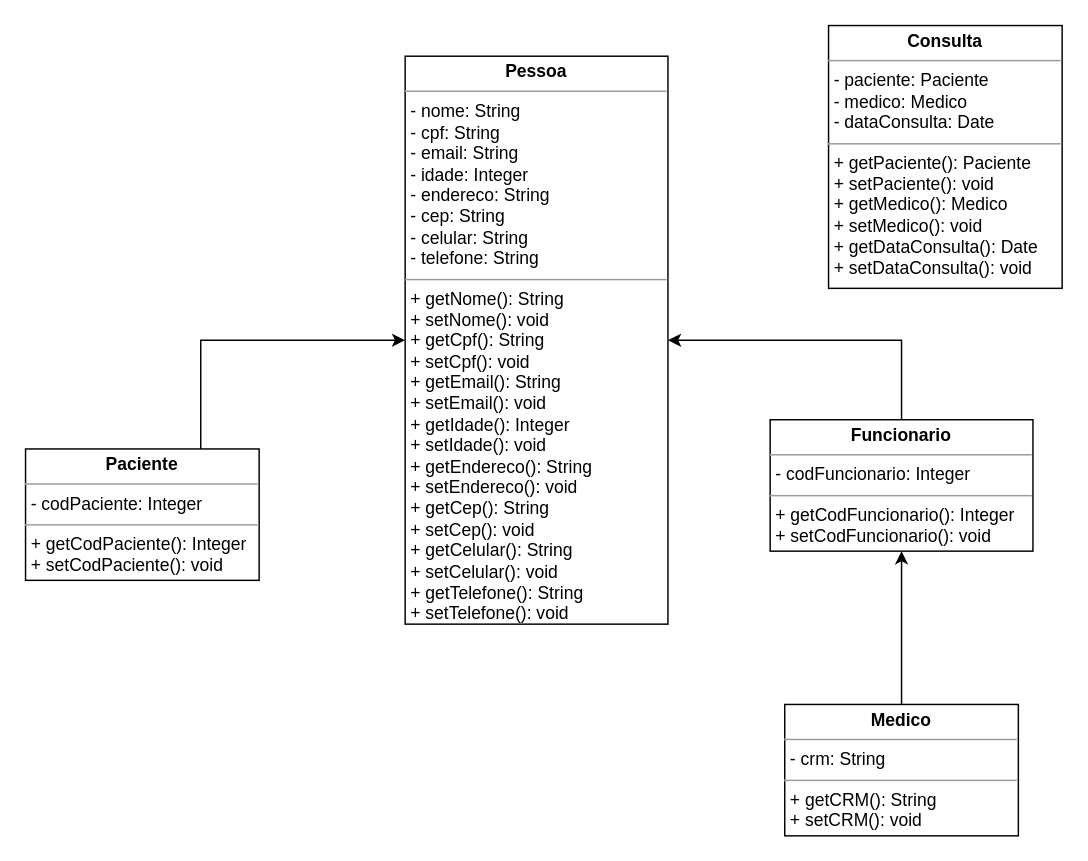
Earlier version of the draw.io diagram Digrama_classes.drawio (psdsantos/Saudepp). Source tidied: cells renumbered, new cells numbered last; positions are measured from the earlier drawing's top-left corner, leaving out a move shared by most shapes. Both pictures are drawn from the tidied source at 146%, with x=0, y=0 at pixel (25, 25).
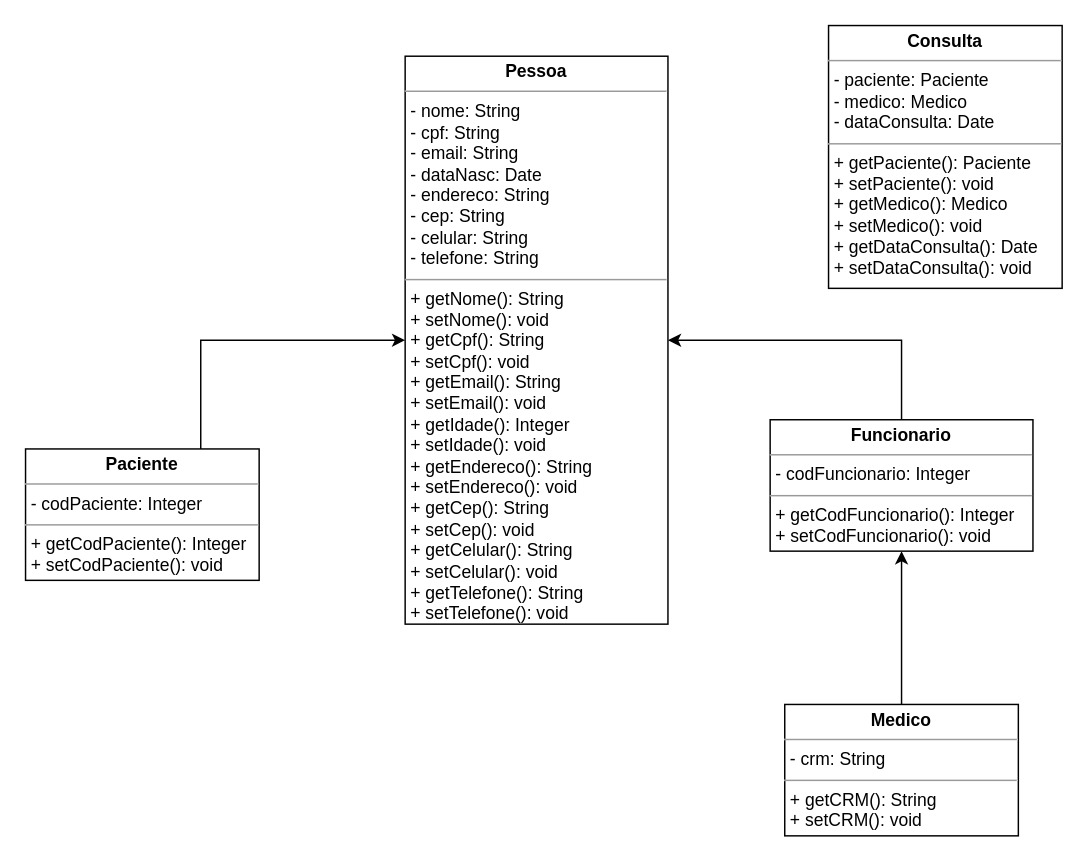
After the change.

Commit message:
Update Digrama_classes.drawio: idade -> dataNasc

Change to the diagram source:
```diff
@@
 <mxGraphModel>
   <root>
     <mxCell id="0" />
     <mxCell id="1" parent="0" />
     <mxCell id="2" style="edgeStyle=orthogonalEdgeStyle;rounded=0;orthogonalLoop=1;jettySize=auto;html=1;entryX=0.481;entryY=1.038;entryDx=0;entryDy=0;entryPerimeter=0;" parent="1" edge="1">
       <mxGeometry relative="1" as="geometry">
         <mxPoint x="220" y="140" as="sourcePoint" />
       </mxGeometry>
     </mxCell>
     <mxCell id="3" style="edgeStyle=orthogonalEdgeStyle;rounded=0;orthogonalLoop=1;jettySize=auto;html=1;entryX=0.481;entryY=1.038;entryDx=0;entryDy=0;entryPerimeter=0;" parent="1" edge="1">
       <mxGeometry relative="1" as="geometry">
         <mxPoint x="220" y="140" as="sourcePoint" />
       </mxGeometry>
     </mxCell>
     <mxCell id="4" style="edgeStyle=orthogonalEdgeStyle;rounded=0;orthogonalLoop=1;jettySize=auto;html=1;entryX=0.481;entryY=1.038;entryDx=0;entryDy=0;entryPerimeter=0;" parent="1" edge="1">
       <mxGeometry relative="1" as="geometry">
         <mxPoint x="230" y="150" as="sourcePoint" />
       </mxGeometry>
     </mxCell>
-    <mxCell id="5" value="&lt;p style=&quot;margin: 0px ; margin-top: 4px ; text-align: center&quot;&gt;&lt;b&gt;Pessoa&lt;/b&gt;&lt;/p&gt;&lt;hr size=&quot;1&quot;&gt;&lt;p style=&quot;margin: 0px ; margin-left: 4px&quot;&gt;- nome: String&lt;/p&gt;&lt;p style=&quot;margin: 0px ; margin-left: 4px&quot;&gt;- cpf: String&lt;/p&gt;&lt;p style=&quot;margin: 0px ; margin-left: 4px&quot;&gt;- email: String&lt;/p&gt;&lt;p style=&quot;margin: 0px ; margin-left: 4px&quot;&gt;- idade: Integer&lt;/p&gt;&lt;p style=&quot;margin: 0px ; margin-left: 4px&quot;&gt;- endereco: String&lt;/p&gt;&lt;p style=&quot;margin: 0px ; margin-left: 4px&quot;&gt;- cep: String&lt;/p&gt;&lt;p style=&quot;margin: 0px ; margin-left: 4px&quot;&gt;- celular: String&lt;/p&gt;&lt;p style=&quot;margin: 0px ; margin-left: 4px&quot;&gt;- telefone: String&lt;/p&gt;&lt;hr size=&quot;1&quot;&gt;&lt;p style=&quot;margin: 0px 0px 0px 4px&quot;&gt;+ getNome(): String&lt;/p&gt;&lt;p style=&quot;margin: 0px 0px 0px 4px&quot;&gt;+ setNome(): void&lt;/p&gt;&lt;p style=&quot;margin: 0px 0px 0px 4px&quot;&gt;+ getCpf(): String&lt;/p&gt;&lt;p style=&quot;margin: 0px 0px 0px 4px&quot;&gt;+ setCpf(): void&lt;/p&gt;&lt;p style=&quot;margin: 0px 0px 0px 4px&quot;&gt;+ getEmail(): String&lt;/p&gt;&lt;p style=&quot;margin: 0px 0px 0px 4px&quot;&gt;+ setEmail(): void&lt;/p&gt;&lt;p style=&quot;margin: 0px 0px 0px 4px&quot;&gt;+ getIdade(): Integer&lt;/p&gt;&lt;p style=&quot;margin: 0px 0px 0px 4px&quot;&gt;+ setIdade(): void&lt;/p&gt;&lt;p style=&quot;margin: 0px 0px 0px 4px&quot;&gt;+ getEndereco(): String&lt;/p&gt;&lt;p style=&quot;margin: 0px 0px 0px 4px&quot;&gt;+ setEndereco(): void&lt;/p&gt;&lt;p style=&quot;margin: 0px 0px 0px 4px&quot;&gt;+ getCep&lt;span&gt;(): String&lt;/span&gt;&lt;/p&gt;&lt;p style=&quot;margin: 0px 0px 0px 4px&quot;&gt;+ setCep(): void&lt;/p&gt;&lt;p style=&quot;margin: 0px 0px 0px 4px&quot;&gt;+ getCelular&lt;span&gt;(): String&lt;/span&gt;&lt;/p&gt;&lt;p style=&quot;margin: 0px 0px 0px 4px&quot;&gt;+ setCelular(): void&lt;/p&gt;&lt;p style=&quot;margin: 0px 0px 0px 4px&quot;&gt;+ getTelefone&lt;span&gt;(): String&lt;/span&gt;&lt;/p&gt;&lt;p style=&quot;margin: 0px 0px 0px 4px&quot;&gt;+ setTelefone(): void&lt;/p&gt;&lt;p style=&quot;margin: 0px 0px 0px 4px&quot;&gt;&lt;br&gt;&lt;/p&gt;&lt;p style=&quot;margin: 0px 0px 0px 4px&quot;&gt;&lt;br&gt;&lt;/p&gt;" style="verticalAlign=top;align=left;overflow=fill;fontSize=12;fontFamily=Helvetica;html=1;" parent="1" vertex="1">
+    <mxCell id="5" value="&lt;p style=&quot;margin: 0px ; margin-top: 4px ; text-align: center&quot;&gt;&lt;b&gt;Pessoa&lt;/b&gt;&lt;/p&gt;&lt;hr size=&quot;1&quot;&gt;&lt;p style=&quot;margin: 0px ; margin-left: 4px&quot;&gt;- nome: String&lt;/p&gt;&lt;p style=&quot;margin: 0px ; margin-left: 4px&quot;&gt;- cpf: String&lt;/p&gt;&lt;p style=&quot;margin: 0px ; margin-left: 4px&quot;&gt;- email: String&lt;/p&gt;&lt;p style=&quot;margin: 0px ; margin-left: 4px&quot;&gt;- dataNasc: Date&lt;/p&gt;&lt;p style=&quot;margin: 0px ; margin-left: 4px&quot;&gt;- endereco: String&lt;/p&gt;&lt;p style=&quot;margin: 0px ; margin-left: 4px&quot;&gt;- cep: String&lt;/p&gt;&lt;p style=&quot;margin: 0px ; margin-left: 4px&quot;&gt;- celular: String&lt;/p&gt;&lt;p style=&quot;margin: 0px ; margin-left: 4px&quot;&gt;- telefone: String&lt;/p&gt;&lt;hr size=&quot;1&quot;&gt;&lt;p style=&quot;margin: 0px 0px 0px 4px&quot;&gt;+ getNome(): String&lt;/p&gt;&lt;p style=&quot;margin: 0px 0px 0px 4px&quot;&gt;+ setNome(): void&lt;/p&gt;&lt;p style=&quot;margin: 0px 0px 0px 4px&quot;&gt;+ getCpf(): String&lt;/p&gt;&lt;p style=&quot;margin: 0px 0px 0px 4px&quot;&gt;+ setCpf(): void&lt;/p&gt;&lt;p style=&quot;margin: 0px 0px 0px 4px&quot;&gt;+ getEmail(): String&lt;/p&gt;&lt;p style=&quot;margin: 0px 0px 0px 4px&quot;&gt;+ setEmail(): void&lt;/p&gt;&lt;p style=&quot;margin: 0px 0px 0px 4px&quot;&gt;+ getIdade(): Integer&lt;/p&gt;&lt;p style=&quot;margin: 0px 0px 0px 4px&quot;&gt;+ setIdade(): void&lt;/p&gt;&lt;p style=&quot;margin: 0px 0px 0px 4px&quot;&gt;+ getEndereco(): String&lt;/p&gt;&lt;p style=&quot;margin: 0px 0px 0px 4px&quot;&gt;+ setEndereco(): void&lt;/p&gt;&lt;p style=&quot;margin: 0px 0px 0px 4px&quot;&gt;+ getCep&lt;span&gt;(): String&lt;/span&gt;&lt;/p&gt;&lt;p style=&quot;margin: 0px 0px 0px 4px&quot;&gt;+ setCep(): void&lt;/p&gt;&lt;p style=&quot;margin: 0px 0px 0px 4px&quot;&gt;+ getCelular&lt;span&gt;(): String&lt;/span&gt;&lt;/p&gt;&lt;p style=&quot;margin: 0px 0px 0px 4px&quot;&gt;+ setCelular(): void&lt;/p&gt;&lt;p style=&quot;margin: 0px 0px 0px 4px&quot;&gt;+ getTelefone&lt;span&gt;(): String&lt;/span&gt;&lt;/p&gt;&lt;p style=&quot;margin: 0px 0px 0px 4px&quot;&gt;+ setTelefone(): void&lt;/p&gt;&lt;p style=&quot;margin: 0px 0px 0px 4px&quot;&gt;&lt;br&gt;&lt;/p&gt;&lt;p style=&quot;margin: 0px 0px 0px 4px&quot;&gt;&lt;br&gt;&lt;/p&gt;" style="verticalAlign=top;align=left;overflow=fill;fontSize=12;fontFamily=Helvetica;html=1;" parent="1" vertex="1">
       <mxGeometry x="260" y="21" width="180" height="389" as="geometry" />
     </mxCell>
     <mxCell id="6" style="edgeStyle=orthogonalEdgeStyle;rounded=0;jettySize=auto;html=1;entryX=0;entryY=0.5;entryDx=0;entryDy=0;exitX=0.75;exitY=0;exitDx=0;exitDy=0;" parent="1" edge="1" source="7" target="5">
       <mxGeometry relative="1" as="geometry" />
     </mxCell>
     <mxCell id="7" value="&lt;p style=&quot;margin: 0px ; margin-top: 4px ; text-align: center&quot;&gt;&lt;b&gt;Paciente&lt;/b&gt;&lt;/p&gt;&lt;hr size=&quot;1&quot;&gt;&lt;p style=&quot;margin: 0px ; margin-left: 4px&quot;&gt;- codPaciente: Integer&lt;/p&gt;&lt;hr size=&quot;1&quot;&gt;&lt;p style=&quot;margin: 0px ; margin-left: 4px&quot;&gt;+ getCodPaciente(): Integer&lt;/p&gt;&lt;p style=&quot;margin: 0px ; margin-left: 4px&quot;&gt;+ setCodPaciente(): void&lt;/p&gt;" style="verticalAlign=top;align=left;overflow=fill;fontSize=12;fontFamily=Helvetica;html=1;" parent="1" vertex="1">
       <mxGeometry y="290" width="160" height="90" as="geometry" />
     </mxCell>
     <mxCell id="8" style="edgeStyle=orthogonalEdgeStyle;rounded=0;jettySize=auto;html=1;entryX=1;entryY=0.5;entryDx=0;entryDy=0;exitX=0.5;exitY=0;exitDx=0;exitDy=0;" parent="1" edge="1" source="9" target="5">
       <mxGeometry relative="1" as="geometry" />
     </mxCell>
     <mxCell id="9" value="&lt;p style=&quot;margin: 0px ; margin-top: 4px ; text-align: center&quot;&gt;&lt;b&gt;Funcionario&lt;/b&gt;&lt;/p&gt;&lt;hr size=&quot;1&quot;&gt;&lt;p style=&quot;margin: 0px ; margin-left: 4px&quot;&gt;- codFuncionario: Integer&lt;/p&gt;&lt;hr size=&quot;1&quot;&gt;&lt;p style=&quot;margin: 0px ; margin-left: 4px&quot;&gt;+ getCodFuncionario(): Integer&lt;/p&gt;&lt;p style=&quot;margin: 0px ; margin-left: 4px&quot;&gt;+ setCodFuncionario(): void&lt;/p&gt;" style="verticalAlign=top;align=left;overflow=fill;fontSize=12;fontFamily=Helvetica;html=1;" parent="1" vertex="1">
       <mxGeometry x="510" y="270" width="180" height="90" as="geometry" />
     </mxCell>
     <mxCell id="10" style="edgeStyle=orthogonalEdgeStyle;rounded=0;jettySize=auto;html=1;entryX=0.5;entryY=1;entryDx=0;entryDy=0;" parent="1" edge="1" source="11" target="9">
       <mxGeometry relative="1" as="geometry" />
     </mxCell>
     <mxCell id="11" value="&lt;p style=&quot;margin: 0px ; margin-top: 4px ; text-align: center&quot;&gt;&lt;b&gt;Medico&lt;/b&gt;&lt;/p&gt;&lt;hr size=&quot;1&quot;&gt;&lt;p style=&quot;margin: 0px ; margin-left: 4px&quot;&gt;- crm: String&lt;/p&gt;&lt;hr size=&quot;1&quot;&gt;&lt;p style=&quot;margin: 0px ; margin-left: 4px&quot;&gt;+ getCRM(): String&lt;/p&gt;&lt;p style=&quot;margin: 0px ; margin-left: 4px&quot;&gt;+ setCRM(): void&lt;/p&gt;" style="verticalAlign=top;align=left;overflow=fill;fontSize=12;fontFamily=Helvetica;html=1;" parent="1" vertex="1">
       <mxGeometry x="520" y="465" width="160" height="90" as="geometry" />
     </mxCell>
     <mxCell id="12" value="&lt;p style=&quot;margin: 0px ; margin-top: 4px ; text-align: center&quot;&gt;&lt;b&gt;Consulta&lt;/b&gt;&lt;/p&gt;&lt;hr size=&quot;1&quot;&gt;&lt;p style=&quot;margin: 0px ; margin-left: 4px&quot;&gt;- paciente: Paciente&lt;/p&gt;&lt;p style=&quot;margin: 0px ; margin-left: 4px&quot;&gt;- medico: Medico&lt;/p&gt;&lt;p style=&quot;margin: 0px ; margin-left: 4px&quot;&gt;- dataConsulta: Date&lt;/p&gt;&lt;hr size=&quot;1&quot;&gt;&lt;p style=&quot;margin: 0px ; margin-left: 4px&quot;&gt;+ getPaciente(): Paciente&lt;/p&gt;&lt;p style=&quot;margin: 0px ; margin-left: 4px&quot;&gt;+ setPaciente(): void&lt;/p&gt;&lt;p style=&quot;margin: 0px ; margin-left: 4px&quot;&gt;+ getMedico(): Medico&lt;/p&gt;&lt;p style=&quot;margin: 0px ; margin-left: 4px&quot;&gt;+ setMedico(): void&lt;/p&gt;&lt;p style=&quot;margin: 0px ; margin-left: 4px&quot;&gt;+ getDataConsulta(): Date&lt;/p&gt;&lt;p style=&quot;margin: 0px ; margin-left: 4px&quot;&gt;+ setDataConsulta(): void&lt;/p&gt;" style="verticalAlign=top;align=left;overflow=fill;fontSize=12;fontFamily=Helvetica;html=1;" parent="1" vertex="1">
       <mxGeometry x="550" width="160" height="180" as="geometry" />
     </mxCell>
   </root>
 </mxGraphModel>
```
